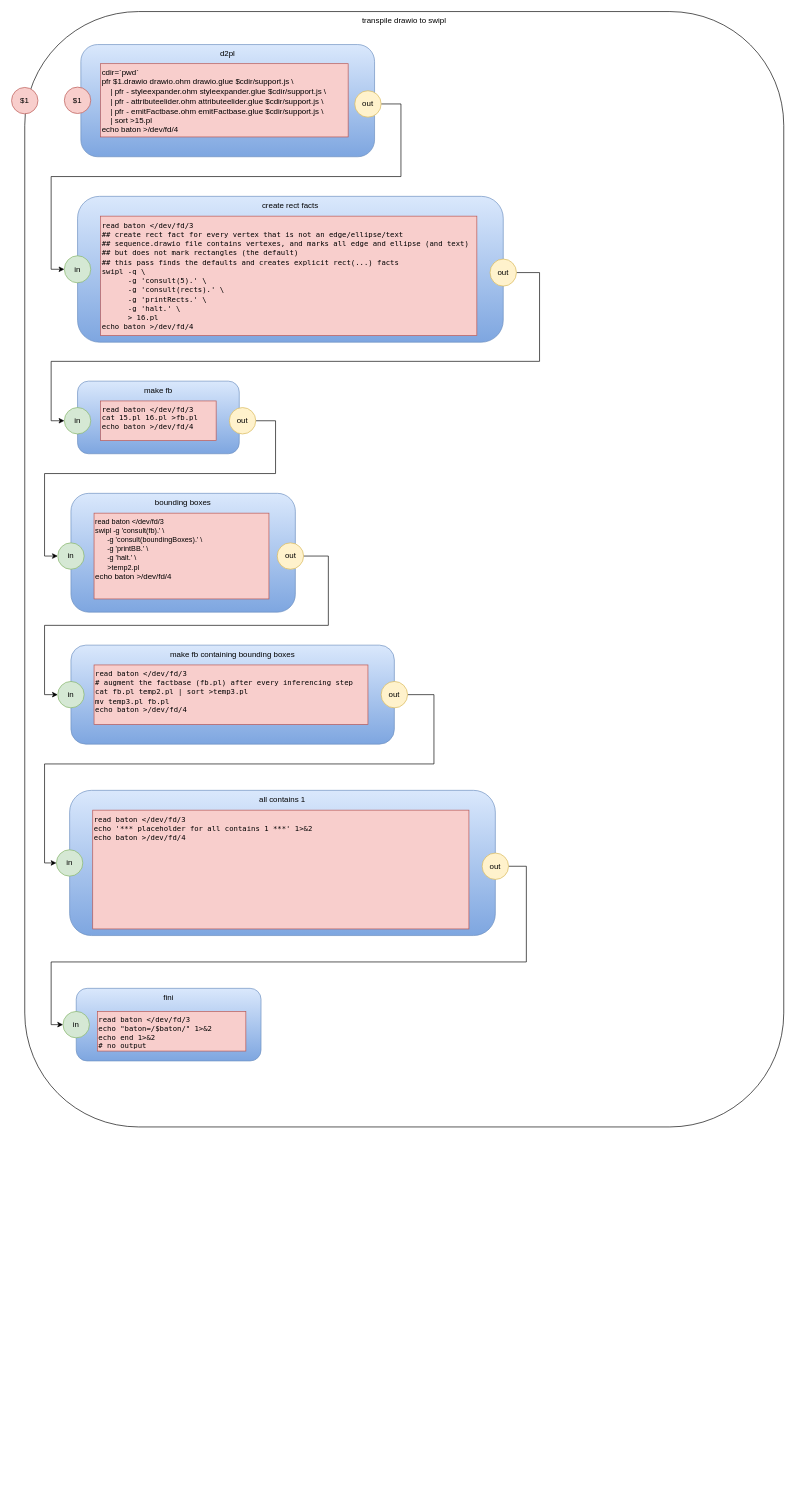
The draw.io diagram transpile_drawio_to_swipl.drawio in guitarvydas/vsh, before the edit. Source tidied: cells renumbered, new cells numbered last; positions are measured from the earlier drawing's top-left corner, leaving out a move shared by most shapes. Both pictures are drawn from the tidied source at 66%, with x=0, y=0 at pixel (11, 11).
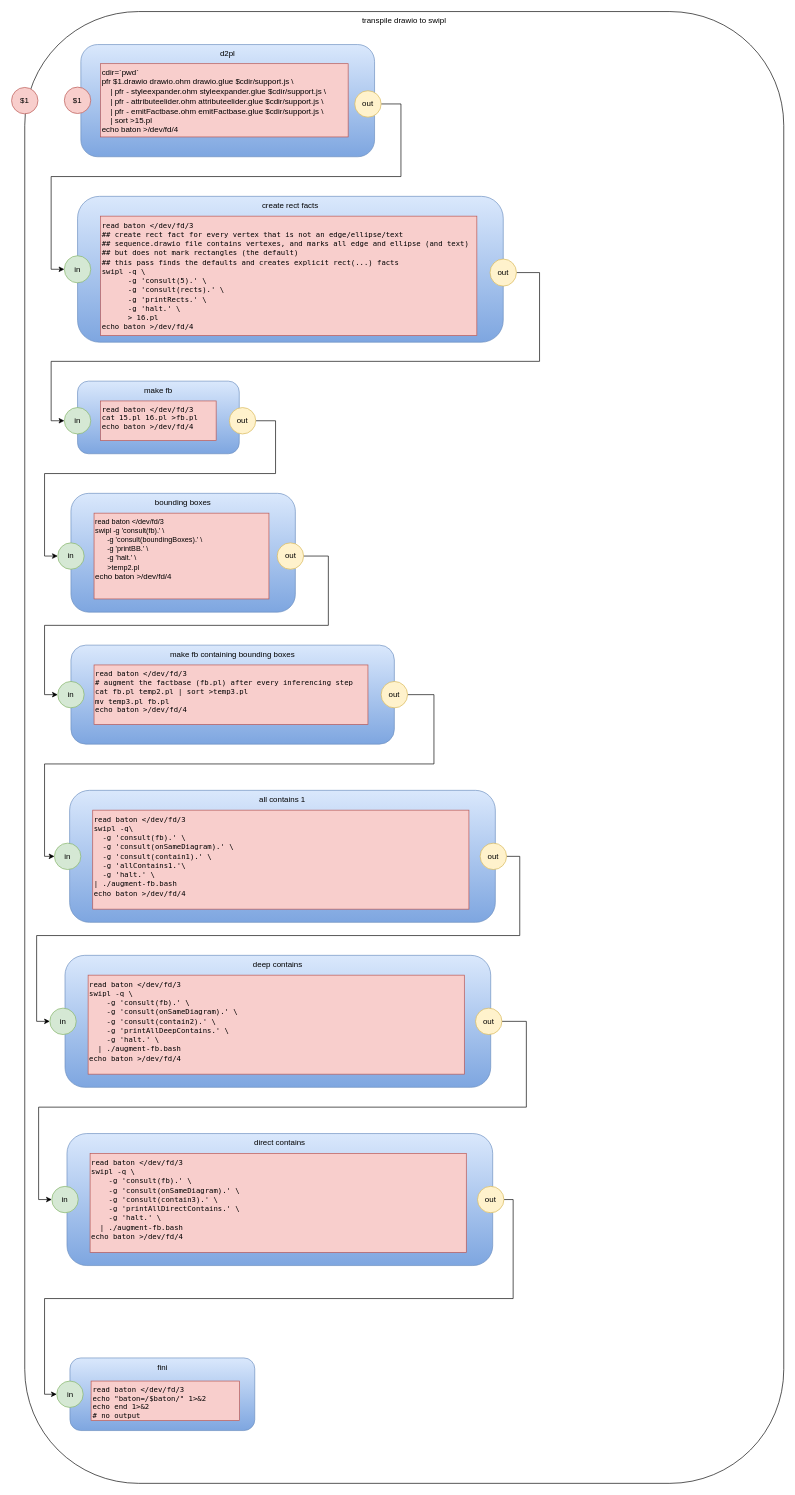
After the change.

Unchanged cells that the change refers to:
```xml
<mxCell id="36" value="out" style="ellipse;whiteSpace=wrap;html=1;fillColor=#fff2cc;strokeColor=#d6b656;" parent="1" vertex="1">
  <mxGeometry x="560" y="1015" width="40" height="40" as="geometry" />
</mxCell>
```

What changed in the source:
```diff
@@
     <mxCell id="2" value="transpile drawio to swipl" style="rounded=1;whiteSpace=wrap;html=1;verticalAlign=top;" parent="1" vertex="1">
-      <mxGeometry x="20" width="1150" height="1690" as="geometry" />
+      <mxGeometry x="20" width="1150" height="2230" as="geometry" />
     </mxCell>
@@
-    <mxCell id="17" value="fini" style="rounded=1;whiteSpace=wrap;html=1;gradientColor=#7ea6e0;fillColor=#dae8fc;strokeColor=#6c8ebf;verticalAlign=top;" parent="1" vertex="1">
-      <mxGeometry x="98" y="1480" width="280" height="110" as="geometry" />
-    </mxCell>
-    <mxCell id="18" value="in" style="ellipse;whiteSpace=wrap;html=1;fillColor=#d5e8d4;strokeColor=#82b366;" parent="1" vertex="1">
-      <mxGeometry x="78" y="1515" width="40" height="40" as="geometry" />
-    </mxCell>
-    <mxCell id="19" value="&lt;p class=&quot;p1&quot; style=&quot;margin: 0px ; font-stretch: normal ; font-size: 11px ; line-height: normal ; font-family: &amp;#34;menlo&amp;#34;&quot;&gt;&lt;span class=&quot;s1&quot;&gt;read baton &amp;lt;/dev/fd/3&lt;/span&gt;&lt;/p&gt;&lt;p class=&quot;p1&quot; style=&quot;margin: 0px ; font-stretch: normal ; font-size: 11px ; line-height: normal ; font-family: &amp;#34;menlo&amp;#34;&quot;&gt;&lt;span class=&quot;s1&quot;&gt;echo &quot;baton=/$baton/&quot; 1&amp;gt;&amp;amp;2&lt;/span&gt;&lt;/p&gt;&lt;p class=&quot;p1&quot; style=&quot;margin: 0px ; font-stretch: normal ; font-size: 11px ; line-height: normal ; font-family: &amp;#34;menlo&amp;#34;&quot;&gt;&lt;span class=&quot;s1&quot;&gt;echo end 1&amp;gt;&amp;amp;2&lt;/span&gt;&lt;/p&gt;&lt;p class=&quot;p1&quot; style=&quot;margin: 0px ; font-stretch: normal ; font-size: 11px ; line-height: normal ; font-family: &amp;#34;menlo&amp;#34;&quot;&gt;&lt;span class=&quot;s1&quot;&gt;# no output&lt;/span&gt;&lt;/p&gt;" style="rounded=0;whiteSpace=wrap;html=1;fillColor=#f8cecc;strokeColor=#b85450;align=left;verticalAlign=top;" parent="1" vertex="1">
-      <mxGeometry x="130" y="1515" width="225" height="60" as="geometry" />
-    </mxCell>
@@
     <mxCell id="27" value="all contains 1" style="rounded=1;whiteSpace=wrap;html=1;gradientColor=#7ea6e0;fillColor=#dae8fc;strokeColor=#6c8ebf;verticalAlign=top;" parent="1" vertex="1">
-      <mxGeometry x="88" y="1180" width="645" height="220" as="geometry" />
+      <mxGeometry x="88" y="1180" width="645" height="200" as="geometry" />
     </mxCell>
     <mxCell id="28" value="in" style="ellipse;whiteSpace=wrap;html=1;fillColor=#d5e8d4;strokeColor=#82b366;" parent="1" vertex="1">
-      <mxGeometry x="68" y="1270" width="40" height="40" as="geometry" />
+      <mxGeometry x="65" y="1260" width="40" height="40" as="geometry" />
     </mxCell>
-    <mxCell id="29" value="&lt;p class=&quot;p1&quot; style=&quot;margin: 0px ; font-stretch: normal ; line-height: normal&quot;&gt;&lt;font face=&quot;menlo&quot;&gt;&lt;span style=&quot;font-size: 11px&quot;&gt;read baton &amp;lt;/dev/fd/3&lt;/span&gt;&lt;/font&gt;&lt;/p&gt;&lt;p class=&quot;p1&quot; style=&quot;margin: 0px ; font-stretch: normal ; line-height: normal&quot;&gt;&lt;font face=&quot;menlo&quot;&gt;&lt;span style=&quot;font-size: 11px&quot;&gt;echo '*** placeholder for all contains 1 ***' 1&amp;gt;&amp;amp;2&lt;/span&gt;&lt;/font&gt;&lt;/p&gt;&lt;p class=&quot;p1&quot; style=&quot;margin: 0px ; font-stretch: normal ; line-height: normal&quot;&gt;&lt;font face=&quot;menlo&quot;&gt;&lt;span style=&quot;font-size: 11px&quot;&gt;echo baton &amp;gt;/dev/fd/4&lt;/span&gt;&lt;/font&gt;&lt;/p&gt;&lt;div&gt;&lt;br&gt;&lt;/div&gt;" style="rounded=0;whiteSpace=wrap;html=1;fillColor=#f8cecc;strokeColor=#b85450;align=left;verticalAlign=top;" parent="1" vertex="1">
-      <mxGeometry x="123" y="1210" width="570" height="180" as="geometry" />
+    <mxCell id="29" value="&lt;p class=&quot;p1&quot; style=&quot;margin: 0px ; font-stretch: normal ; line-height: normal&quot;&gt;&lt;font face=&quot;menlo&quot;&gt;&lt;span style=&quot;font-size: 11px&quot;&gt;read baton &amp;lt;/dev/fd/3&lt;/span&gt;&lt;/font&gt;&lt;/p&gt;&lt;p class=&quot;p1&quot; style=&quot;margin: 0px ; font-stretch: normal ; line-height: normal&quot;&gt;&lt;font face=&quot;menlo&quot;&gt;&lt;span style=&quot;font-size: 11px&quot;&gt;swipl -q\&lt;/span&gt;&lt;/font&gt;&lt;/p&gt;&lt;p class=&quot;p1&quot; style=&quot;margin: 0px ; font-stretch: normal ; line-height: normal&quot;&gt;&lt;span style=&quot;font-size: 11px ; font-family: &amp;#34;menlo&amp;#34;&quot;&gt;&amp;nbsp; -g 'consult(fb).' \&lt;/span&gt;&lt;/p&gt;&lt;p class=&quot;p1&quot; style=&quot;margin: 0px ; font-stretch: normal ; line-height: normal&quot;&gt;&lt;span style=&quot;font-family: &amp;#34;menlo&amp;#34; ; font-size: 11px&quot;&gt;&amp;nbsp; -g 'consult(onSameDiagram).' \&lt;/span&gt;&lt;/p&gt;&lt;p class=&quot;p1&quot; style=&quot;margin: 0px ; font-stretch: normal ; line-height: normal&quot;&gt;&lt;font face=&quot;menlo&quot;&gt;&lt;span style=&quot;font-size: 11px&quot;&gt;&amp;nbsp; -g 'consult(contain1).' \&lt;/span&gt;&lt;/font&gt;&lt;/p&gt;&lt;p class=&quot;p1&quot; style=&quot;margin: 0px ; font-stretch: normal ; line-height: normal&quot;&gt;&lt;font face=&quot;menlo&quot;&gt;&lt;span style=&quot;font-size: 11px&quot;&gt;&amp;nbsp; -g 'allContains1.'\&lt;/span&gt;&lt;/font&gt;&lt;/p&gt;&lt;p class=&quot;p1&quot; style=&quot;margin: 0px ; font-stretch: normal ; line-height: normal&quot;&gt;&lt;font face=&quot;menlo&quot;&gt;&lt;span style=&quot;font-size: 11px&quot;&gt;&amp;nbsp; -g 'halt.' \&lt;/span&gt;&lt;/font&gt;&lt;/p&gt;&lt;p class=&quot;p1&quot; style=&quot;margin: 0px ; font-stretch: normal ; line-height: normal&quot;&gt;&lt;font face=&quot;menlo&quot;&gt;&lt;span style=&quot;font-size: 11px&quot;&gt;| ./augment-fb.bash&amp;nbsp;&lt;/span&gt;&lt;/font&gt;&lt;/p&gt;&lt;p class=&quot;p1&quot; style=&quot;margin: 0px ; font-stretch: normal ; line-height: normal&quot;&gt;&lt;span style=&quot;font-size: 11px ; font-family: &amp;#34;menlo&amp;#34;&quot;&gt;echo baton &amp;gt;/dev/fd/4&lt;/span&gt;&lt;br&gt;&lt;/p&gt;&lt;div&gt;&lt;br&gt;&lt;/div&gt;" style="rounded=0;whiteSpace=wrap;html=1;fillColor=#f8cecc;strokeColor=#b85450;align=left;verticalAlign=top;" parent="1" vertex="1">
+      <mxGeometry x="123" y="1210" width="570" height="150" as="geometry" />
     </mxCell>
-    <mxCell id="30" style="edgeStyle=orthogonalEdgeStyle;rounded=0;jettySize=auto;html=1;fontFamily=Helvetica;" parent="1" edge="1" source="31" target="18">
-      <mxGeometry relative="1" as="geometry">
-        <Array as="points">
-          <mxPoint x="780" y="1295" />
-          <mxPoint x="780" y="1440" />
-          <mxPoint x="60" y="1440" />
-          <mxPoint x="60" y="1535" />
-        </Array>
-      </mxGeometry>
-    </mxCell>
+    <mxCell id="37" style="edgeStyle=orthogonalEdgeStyle;rounded=0;jettySize=auto;html=1;entryX=0;entryY=0.5;entryDx=0;entryDy=0;fontFamily=Helvetica;" parent="1" edge="1" source="31" target="40">
+      <mxGeometry relative="1" as="geometry">
+        <Array as="points">
+          <mxPoint x="770" y="1280" />
+          <mxPoint x="770" y="1400" />
+          <mxPoint x="38" y="1400" />
+          <mxPoint x="38" y="1530" />
+        </Array>
+      </mxGeometry>
+    </mxCell>
     <mxCell id="31" value="out" style="ellipse;whiteSpace=wrap;html=1;fillColor=#fff2cc;strokeColor=#d6b656;" parent="1" vertex="1">
-      <mxGeometry x="713" y="1275" width="40" height="40" as="geometry" />
+      <mxGeometry x="710" y="1260" width="40" height="40" as="geometry" />
     </mxCell>
@@
     <mxCell id="35" style="edgeStyle=orthogonalEdgeStyle;rounded=0;jettySize=auto;html=1;fontFamily=Helvetica;" parent="1" edge="1" source="36" target="28">
       <mxGeometry relative="1" as="geometry">
         <Array as="points">
           <mxPoint x="640" y="1035" />
           <mxPoint x="640" y="1140" />
           <mxPoint x="50" y="1140" />
-          <mxPoint x="50" y="1290" />
+          <mxPoint x="50" y="1280" />
         </Array>
       </mxGeometry>
     </mxCell>
@@
+    <mxCell id="17" value="fini" style="rounded=1;whiteSpace=wrap;html=1;gradientColor=#7ea6e0;fillColor=#dae8fc;strokeColor=#6c8ebf;verticalAlign=top;" parent="1" vertex="1">
+      <mxGeometry x="88.5" y="2040" width="280" height="110" as="geometry" />
+    </mxCell>
+    <mxCell id="38" value="in" style="ellipse;whiteSpace=wrap;html=1;fillColor=#d5e8d4;strokeColor=#82b366;" parent="1" vertex="1">
+      <mxGeometry x="68.5" y="2075" width="40" height="40" as="geometry" />
+    </mxCell>
+    <mxCell id="19" value="&lt;p class=&quot;p1&quot; style=&quot;margin: 0px ; font-stretch: normal ; font-size: 11px ; line-height: normal ; font-family: &amp;#34;menlo&amp;#34;&quot;&gt;&lt;span class=&quot;s1&quot;&gt;read baton &amp;lt;/dev/fd/3&lt;/span&gt;&lt;/p&gt;&lt;p class=&quot;p1&quot; style=&quot;margin: 0px ; font-stretch: normal ; font-size: 11px ; line-height: normal ; font-family: &amp;#34;menlo&amp;#34;&quot;&gt;&lt;span class=&quot;s1&quot;&gt;echo &quot;baton=/$baton/&quot; 1&amp;gt;&amp;amp;2&lt;/span&gt;&lt;/p&gt;&lt;p class=&quot;p1&quot; style=&quot;margin: 0px ; font-stretch: normal ; font-size: 11px ; line-height: normal ; font-family: &amp;#34;menlo&amp;#34;&quot;&gt;&lt;span class=&quot;s1&quot;&gt;echo end 1&amp;gt;&amp;amp;2&lt;/span&gt;&lt;/p&gt;&lt;p class=&quot;p1&quot; style=&quot;margin: 0px ; font-stretch: normal ; font-size: 11px ; line-height: normal ; font-family: &amp;#34;menlo&amp;#34;&quot;&gt;&lt;span class=&quot;s1&quot;&gt;# no output&lt;/span&gt;&lt;/p&gt;" style="rounded=0;whiteSpace=wrap;html=1;fillColor=#f8cecc;strokeColor=#b85450;align=left;verticalAlign=top;" parent="1" vertex="1">
+      <mxGeometry x="120.5" y="2075" width="225" height="60" as="geometry" />
+    </mxCell>
+    <mxCell id="39" value="deep contains" style="rounded=1;whiteSpace=wrap;html=1;gradientColor=#7ea6e0;fillColor=#dae8fc;strokeColor=#6c8ebf;verticalAlign=top;" parent="1" vertex="1">
+      <mxGeometry x="81" y="1430" width="645" height="200" as="geometry" />
+    </mxCell>
+    <mxCell id="40" value="in" style="ellipse;whiteSpace=wrap;html=1;fillColor=#d5e8d4;strokeColor=#82b366;" parent="1" vertex="1">
+      <mxGeometry x="58" y="1510" width="40" height="40" as="geometry" />
+    </mxCell>
+    <mxCell id="41" value="&lt;p class=&quot;p1&quot; style=&quot;margin: 0px ; font-stretch: normal ; line-height: normal&quot;&gt;&lt;font face=&quot;menlo&quot;&gt;&lt;span style=&quot;font-size: 11px&quot;&gt;read baton &amp;lt;/dev/fd/3&lt;/span&gt;&lt;/font&gt;&lt;/p&gt;&lt;p class=&quot;p1&quot; style=&quot;margin: 0px ; font-stretch: normal ; line-height: normal&quot;&gt;&lt;font face=&quot;menlo&quot;&gt;&lt;span style=&quot;font-size: 11px&quot;&gt;swipl -q \&lt;/span&gt;&lt;/font&gt;&lt;/p&gt;&lt;p class=&quot;p1&quot; style=&quot;margin: 0px ; font-stretch: normal ; line-height: normal&quot;&gt;&lt;font face=&quot;menlo&quot;&gt;&lt;span style=&quot;font-size: 11px&quot;&gt;&amp;nbsp; &amp;nbsp; -g 'consult(fb).' \&lt;/span&gt;&lt;/font&gt;&lt;/p&gt;&lt;p class=&quot;p1&quot; style=&quot;margin: 0px ; font-stretch: normal ; line-height: normal&quot;&gt;&lt;font face=&quot;menlo&quot;&gt;&lt;span style=&quot;font-size: 11px&quot;&gt;&amp;nbsp; &amp;nbsp; -g 'consult(onSameDiagram).' \&lt;/span&gt;&lt;/font&gt;&lt;/p&gt;&lt;p class=&quot;p1&quot; style=&quot;margin: 0px ; font-stretch: normal ; line-height: normal&quot;&gt;&lt;font face=&quot;menlo&quot;&gt;&lt;span style=&quot;font-size: 11px&quot;&gt;&amp;nbsp; &amp;nbsp; -g 'consult(contain2).' \&lt;/span&gt;&lt;/font&gt;&lt;/p&gt;&lt;p class=&quot;p1&quot; style=&quot;margin: 0px ; font-stretch: normal ; line-height: normal&quot;&gt;&lt;font face=&quot;menlo&quot;&gt;&lt;span style=&quot;font-size: 11px&quot;&gt;&amp;nbsp; &amp;nbsp; -g 'printAllDeepContains.' \&lt;/span&gt;&lt;/font&gt;&lt;/p&gt;&lt;p class=&quot;p1&quot; style=&quot;margin: 0px ; font-stretch: normal ; line-height: normal&quot;&gt;&lt;font face=&quot;menlo&quot;&gt;&lt;span style=&quot;font-size: 11px&quot;&gt;&amp;nbsp; &amp;nbsp; -g 'halt.' \&lt;/span&gt;&lt;/font&gt;&lt;/p&gt;&lt;p class=&quot;p1&quot; style=&quot;margin: 0px ; font-stretch: normal ; line-height: normal&quot;&gt;&lt;span style=&quot;font-size: 11px ; font-family: &amp;#34;menlo&amp;#34;&quot;&gt;&amp;nbsp; | ./augment-fb.bash&amp;nbsp;&lt;/span&gt;&lt;/p&gt;&lt;p class=&quot;p1&quot; style=&quot;margin: 0px ; font-stretch: normal ; line-height: normal&quot;&gt;&lt;span style=&quot;font-family: &amp;#34;menlo&amp;#34; ; font-size: 11px&quot;&gt;echo baton &amp;gt;/dev/fd/4&lt;/span&gt;&lt;br&gt;&lt;/p&gt;&lt;div&gt;&lt;br&gt;&lt;/div&gt;" style="rounded=0;whiteSpace=wrap;html=1;fillColor=#f8cecc;strokeColor=#b85450;align=left;verticalAlign=top;" parent="1" vertex="1">
+      <mxGeometry x="116" y="1460" width="570" height="150" as="geometry" />
+    </mxCell>
+    <mxCell id="42" style="edgeStyle=orthogonalEdgeStyle;rounded=0;jettySize=auto;html=1;entryX=0;entryY=0.5;entryDx=0;entryDy=0;fontFamily=Helvetica;" parent="1" edge="1" source="43" target="45">
+      <mxGeometry relative="1" as="geometry">
+        <Array as="points">
+          <mxPoint x="780" y="1530" />
+          <mxPoint x="780" y="1660" />
+          <mxPoint x="41" y="1660" />
+          <mxPoint x="41" y="1800" />
+        </Array>
+      </mxGeometry>
+    </mxCell>
+    <mxCell id="43" value="out" style="ellipse;whiteSpace=wrap;html=1;fillColor=#fff2cc;strokeColor=#d6b656;" parent="1" vertex="1">
+      <mxGeometry x="703" y="1510" width="40" height="40" as="geometry" />
+    </mxCell>
+    <mxCell id="44" value="direct contains" style="rounded=1;whiteSpace=wrap;html=1;gradientColor=#7ea6e0;fillColor=#dae8fc;strokeColor=#6c8ebf;verticalAlign=top;" parent="1" vertex="1">
+      <mxGeometry x="84" y="1700" width="645" height="200" as="geometry" />
+    </mxCell>
+    <mxCell id="45" value="in" style="ellipse;whiteSpace=wrap;html=1;fillColor=#d5e8d4;strokeColor=#82b366;" parent="1" vertex="1">
+      <mxGeometry x="61" y="1780" width="40" height="40" as="geometry" />
+    </mxCell>
+    <mxCell id="46" value="&lt;p class=&quot;p1&quot; style=&quot;margin: 0px ; font-stretch: normal ; line-height: normal&quot;&gt;&lt;font face=&quot;menlo&quot;&gt;&lt;span style=&quot;font-size: 11px&quot;&gt;read baton &amp;lt;/dev/fd/3&lt;/span&gt;&lt;/font&gt;&lt;/p&gt;&lt;p class=&quot;p1&quot; style=&quot;margin: 0px ; font-stretch: normal ; line-height: normal&quot;&gt;&lt;font face=&quot;menlo&quot;&gt;&lt;span style=&quot;font-size: 11px&quot;&gt;swipl -q \&lt;/span&gt;&lt;/font&gt;&lt;/p&gt;&lt;p class=&quot;p1&quot; style=&quot;margin: 0px ; font-stretch: normal ; line-height: normal&quot;&gt;&lt;font face=&quot;menlo&quot;&gt;&lt;span style=&quot;font-size: 11px&quot;&gt;&amp;nbsp; &amp;nbsp; -g 'consult(fb).' \&lt;/span&gt;&lt;/font&gt;&lt;/p&gt;&lt;p class=&quot;p1&quot; style=&quot;margin: 0px ; font-stretch: normal ; line-height: normal&quot;&gt;&lt;font face=&quot;menlo&quot;&gt;&lt;span style=&quot;font-size: 11px&quot;&gt;&amp;nbsp; &amp;nbsp; -g 'consult(onSameDiagram).' \&lt;/span&gt;&lt;/font&gt;&lt;/p&gt;&lt;p class=&quot;p1&quot; style=&quot;margin: 0px ; font-stretch: normal ; line-height: normal&quot;&gt;&lt;font face=&quot;menlo&quot;&gt;&lt;span style=&quot;font-size: 11px&quot;&gt;&amp;nbsp; &amp;nbsp; -g 'consult(contain3).' \&lt;/span&gt;&lt;/font&gt;&lt;/p&gt;&lt;p class=&quot;p1&quot; style=&quot;margin: 0px ; font-stretch: normal ; line-height: normal&quot;&gt;&lt;font face=&quot;menlo&quot;&gt;&lt;span style=&quot;font-size: 11px&quot;&gt;&amp;nbsp; &amp;nbsp; -g 'printAllDirectContains.' \&lt;/span&gt;&lt;/font&gt;&lt;/p&gt;&lt;p class=&quot;p1&quot; style=&quot;margin: 0px ; font-stretch: normal ; line-height: normal&quot;&gt;&lt;font face=&quot;menlo&quot;&gt;&lt;span style=&quot;font-size: 11px&quot;&gt;&amp;nbsp; &amp;nbsp; -g 'halt.' \&lt;/span&gt;&lt;/font&gt;&lt;/p&gt;&lt;p class=&quot;p1&quot; style=&quot;margin: 0px ; font-stretch: normal ; line-height: normal&quot;&gt;&lt;font face=&quot;menlo&quot;&gt;&lt;span style=&quot;font-size: 11px&quot;&gt;&amp;nbsp; | ./augment-fb.bash&amp;nbsp;&lt;/span&gt;&lt;/font&gt;&lt;/p&gt;&lt;p class=&quot;p1&quot; style=&quot;margin: 0px ; font-stretch: normal ; line-height: normal&quot;&gt;&lt;span style=&quot;font-family: &amp;#34;menlo&amp;#34; ; font-size: 11px&quot;&gt;echo baton &amp;gt;/dev/fd/4&lt;/span&gt;&lt;br&gt;&lt;/p&gt;&lt;div&gt;&lt;br&gt;&lt;/div&gt;" style="rounded=0;whiteSpace=wrap;html=1;fillColor=#f8cecc;strokeColor=#b85450;align=left;verticalAlign=top;" parent="1" vertex="1">
+      <mxGeometry x="119" y="1730" width="570" height="150" as="geometry" />
+    </mxCell>
+    <mxCell id="47" style="edgeStyle=orthogonalEdgeStyle;rounded=0;jettySize=auto;html=1;fontFamily=Helvetica;" parent="1" edge="1" source="48" target="38">
+      <mxGeometry relative="1" as="geometry">
+        <Array as="points">
+          <mxPoint x="760" y="1800" />
+          <mxPoint x="760" y="1950" />
+          <mxPoint x="50" y="1950" />
+          <mxPoint x="50" y="2095" />
+        </Array>
+      </mxGeometry>
+    </mxCell>
+    <mxCell id="48" value="out" style="ellipse;whiteSpace=wrap;html=1;fillColor=#fff2cc;strokeColor=#d6b656;" parent="1" vertex="1">
+      <mxGeometry x="706" y="1780" width="40" height="40" as="geometry" />
+    </mxCell>
```
